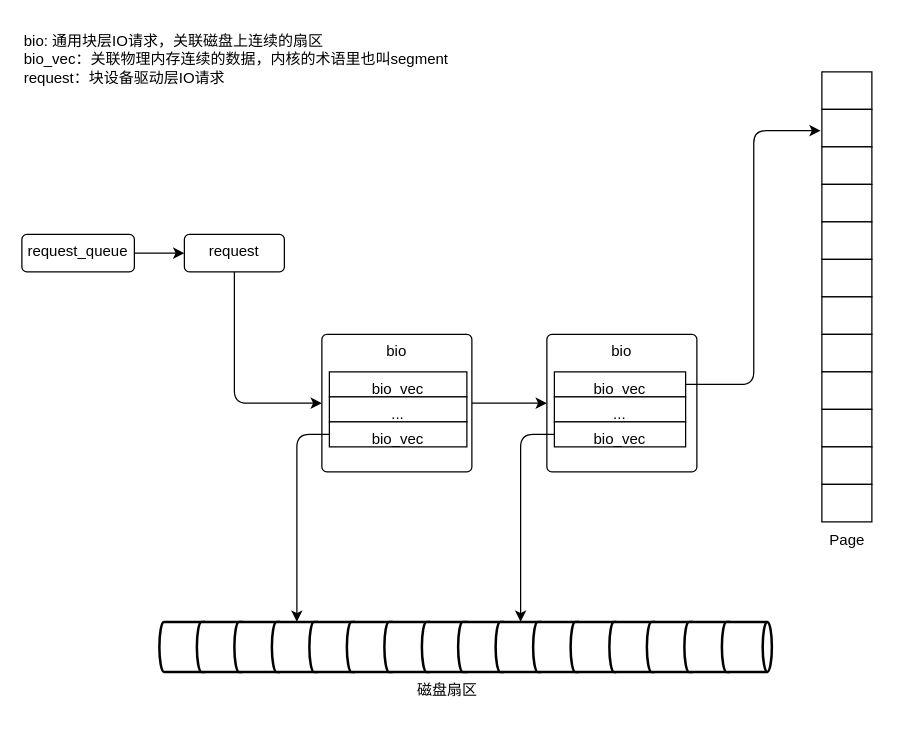
Above: page "块层IO请求" (1 of 9) of linux/linux_block.drawio in Aspiresky/draw.io (draw.io), before the change. Source tidied: cells renumbered, new cells numbered last; positions are measured from the earlier drawing's top-left corner, leaving out a move shared by most shapes. Both pictures are drawn from the tidied source at 125%, with x=0, y=0 at pixel (21, 21).
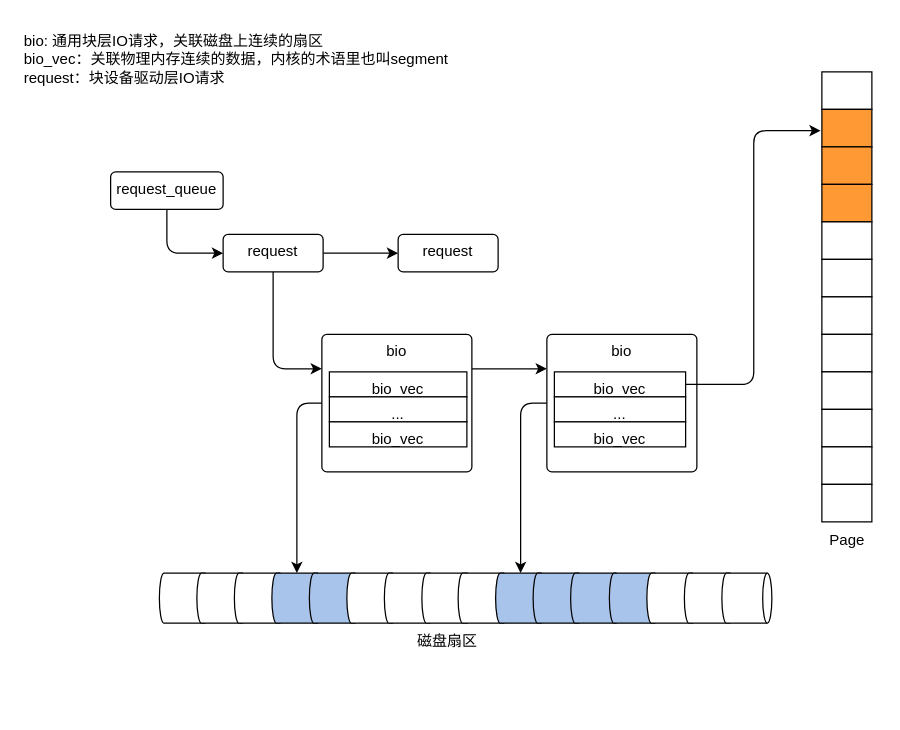
The same diagram, later.

The change refers to these unchanged cells:
```xml
<mxCell id="32" value="bio" style="rounded=1;whiteSpace=wrap;html=1;verticalAlign=top;absoluteArcSize=1;arcSize=8;" parent="1" vertex="1">
  <mxGeometry x="420" y="250" width="120" height="110" as="geometry" />
</mxCell>
<mxCell id="37" value="bio_vec" style="rounded=0;whiteSpace=wrap;html=1;verticalAlign=top;absoluteArcSize=1;arcSize=8;" parent="1" vertex="1">
  <mxGeometry x="426" y="320" width="105" height="20" as="geometry" />
</mxCell>
<mxCell id="41" value="bio" style="rounded=1;whiteSpace=wrap;html=1;verticalAlign=top;absoluteArcSize=1;arcSize=8;" parent="1" vertex="1">
  <mxGeometry x="240" y="250" width="120" height="110" as="geometry" />
</mxCell>
<mxCell id="44" value="bio_vec" style="rounded=0;whiteSpace=wrap;html=1;verticalAlign=top;absoluteArcSize=1;arcSize=8;" parent="1" vertex="1">
  <mxGeometry x="246" y="320" width="110" height="20" as="geometry" />
</mxCell>
```

Change to the diagram source:
```diff
@@
-    <mxCell id="3" style="verticalLabelPosition=bottom;verticalAlign=top;html=1;shape=mxgraph.basic.rect;fillColor2=none;strokeWidth=1;size=11;indent=5;" parent="1" vertex="1">
+    <mxCell id="3" style="verticalLabelPosition=bottom;verticalAlign=top;html=1;shape=mxgraph.basic.rect;fillColor2=none;strokeWidth=1;size=11;indent=5;fillColor=#FF9933;" parent="1" vertex="1">
       <mxGeometry x="640" y="70" width="40" height="30" as="geometry" />
     </mxCell>
-    <mxCell id="4" style="verticalLabelPosition=bottom;verticalAlign=top;html=1;shape=mxgraph.basic.rect;fillColor2=none;strokeWidth=1;size=11;indent=5;" parent="1" vertex="1">
+    <mxCell id="4" style="verticalLabelPosition=bottom;verticalAlign=top;html=1;shape=mxgraph.basic.rect;fillColor2=none;strokeWidth=1;size=11;indent=5;fillColor=#FF9933;" parent="1" vertex="1">
       <mxGeometry x="640" y="100" width="40" height="30" as="geometry" />
     </mxCell>
-    <mxCell id="5" style="verticalLabelPosition=bottom;verticalAlign=top;html=1;shape=mxgraph.basic.rect;fillColor2=none;strokeWidth=1;size=11;indent=5;" parent="1" vertex="1">
+    <mxCell id="5" style="verticalLabelPosition=bottom;verticalAlign=top;html=1;shape=mxgraph.basic.rect;fillColor2=none;strokeWidth=1;size=11;indent=5;fillColor=#FF9933;" parent="1" vertex="1">
       <mxGeometry x="640" y="130" width="40" height="30" as="geometry" />
     </mxCell>
@@
-    <mxCell id="7" style="strokeWidth=2;html=1;shape=mxgraph.flowchart.direct_data;whiteSpace=wrap;" parent="1" vertex="1">
-      <mxGeometry x="110" y="480" width="40" height="40" as="geometry" />
+    <mxCell id="7" style="strokeWidth=1;html=1;shape=mxgraph.flowchart.direct_data;whiteSpace=wrap;" parent="1" vertex="1">
+      <mxGeometry x="110" y="441" width="40" height="40" as="geometry" />
     </mxCell>
-    <mxCell id="8" style="strokeWidth=2;html=1;shape=mxgraph.flowchart.direct_data;whiteSpace=wrap;" parent="1" vertex="1">
-      <mxGeometry x="140" y="480" width="40" height="40" as="geometry" />
+    <mxCell id="8" style="strokeWidth=1;html=1;shape=mxgraph.flowchart.direct_data;whiteSpace=wrap;" parent="1" vertex="1">
+      <mxGeometry x="140" y="441" width="40" height="40" as="geometry" />
     </mxCell>
-    <mxCell id="9" style="strokeWidth=2;html=1;shape=mxgraph.flowchart.direct_data;whiteSpace=wrap;" parent="1" vertex="1">
-      <mxGeometry x="170" y="480" width="40" height="40" as="geometry" />
+    <mxCell id="9" style="strokeWidth=1;html=1;shape=mxgraph.flowchart.direct_data;whiteSpace=wrap;" parent="1" vertex="1">
+      <mxGeometry x="170" y="441" width="40" height="40" as="geometry" />
     </mxCell>
-    <mxCell id="10" style="strokeWidth=2;html=1;shape=mxgraph.flowchart.direct_data;whiteSpace=wrap;" parent="1" vertex="1">
-      <mxGeometry x="200" y="480" width="40" height="40" as="geometry" />
+    <mxCell id="10" style="strokeWidth=1;html=1;shape=mxgraph.flowchart.direct_data;whiteSpace=wrap;fillColor=#A9C4EB;" parent="1" vertex="1">
+      <mxGeometry x="200" y="441" width="40" height="40" as="geometry" />
     </mxCell>
-    <mxCell id="11" style="strokeWidth=2;html=1;shape=mxgraph.flowchart.direct_data;whiteSpace=wrap;" parent="1" vertex="1">
-      <mxGeometry x="230" y="480" width="40" height="40" as="geometry" />
+    <mxCell id="11" style="strokeWidth=1;html=1;shape=mxgraph.flowchart.direct_data;whiteSpace=wrap;fillColor=#A9C4EB;" parent="1" vertex="1">
+      <mxGeometry x="230" y="441" width="40" height="40" as="geometry" />
     </mxCell>
-    <mxCell id="12" style="strokeWidth=2;html=1;shape=mxgraph.flowchart.direct_data;whiteSpace=wrap;" parent="1" vertex="1">
-      <mxGeometry x="260" y="480" width="40" height="40" as="geometry" />
+    <mxCell id="12" style="strokeWidth=1;html=1;shape=mxgraph.flowchart.direct_data;whiteSpace=wrap;" parent="1" vertex="1">
+      <mxGeometry x="260" y="441" width="40" height="40" as="geometry" />
     </mxCell>
-    <mxCell id="13" style="strokeWidth=2;html=1;shape=mxgraph.flowchart.direct_data;whiteSpace=wrap;" parent="1" vertex="1">
-      <mxGeometry x="290" y="480" width="40" height="40" as="geometry" />
+    <mxCell id="13" style="strokeWidth=1;html=1;shape=mxgraph.flowchart.direct_data;whiteSpace=wrap;" parent="1" vertex="1">
+      <mxGeometry x="290" y="441" width="40" height="40" as="geometry" />
     </mxCell>
-    <mxCell id="14" style="strokeWidth=2;html=1;shape=mxgraph.flowchart.direct_data;whiteSpace=wrap;" parent="1" vertex="1">
-      <mxGeometry x="320" y="480" width="40" height="40" as="geometry" />
+    <mxCell id="14" style="strokeWidth=1;html=1;shape=mxgraph.flowchart.direct_data;whiteSpace=wrap;" parent="1" vertex="1">
+      <mxGeometry x="320" y="441" width="40" height="40" as="geometry" />
     </mxCell>
-    <mxCell id="15" style="strokeWidth=2;html=1;shape=mxgraph.flowchart.direct_data;whiteSpace=wrap;" parent="1" vertex="1">
-      <mxGeometry x="349" y="480" width="40" height="40" as="geometry" />
+    <mxCell id="15" style="strokeWidth=1;html=1;shape=mxgraph.flowchart.direct_data;whiteSpace=wrap;" parent="1" vertex="1">
+      <mxGeometry x="349" y="441" width="40" height="40" as="geometry" />
     </mxCell>
-    <mxCell id="16" style="strokeWidth=2;html=1;shape=mxgraph.flowchart.direct_data;whiteSpace=wrap;" parent="1" vertex="1">
-      <mxGeometry x="379" y="480" width="40" height="40" as="geometry" />
+    <mxCell id="16" style="strokeWidth=1;html=1;shape=mxgraph.flowchart.direct_data;whiteSpace=wrap;fillColor=#A9C4EB;" parent="1" vertex="1">
+      <mxGeometry x="379" y="441" width="40" height="40" as="geometry" />
     </mxCell>
-    <mxCell id="17" style="strokeWidth=2;html=1;shape=mxgraph.flowchart.direct_data;whiteSpace=wrap;" parent="1" vertex="1">
-      <mxGeometry x="409" y="480" width="40" height="40" as="geometry" />
+    <mxCell id="17" style="strokeWidth=1;html=1;shape=mxgraph.flowchart.direct_data;whiteSpace=wrap;fillColor=#A9C4EB;" parent="1" vertex="1">
+      <mxGeometry x="409" y="441" width="40" height="40" as="geometry" />
     </mxCell>
-    <mxCell id="18" style="strokeWidth=2;html=1;shape=mxgraph.flowchart.direct_data;whiteSpace=wrap;" parent="1" vertex="1">
-      <mxGeometry x="439" y="480" width="40" height="40" as="geometry" />
+    <mxCell id="18" style="strokeWidth=1;html=1;shape=mxgraph.flowchart.direct_data;whiteSpace=wrap;fillColor=#A9C4EB;" parent="1" vertex="1">
+      <mxGeometry x="439" y="441" width="40" height="40" as="geometry" />
     </mxCell>
-    <mxCell id="19" style="strokeWidth=2;html=1;shape=mxgraph.flowchart.direct_data;whiteSpace=wrap;" parent="1" vertex="1">
-      <mxGeometry x="470" y="480" width="40" height="40" as="geometry" />
+    <mxCell id="19" style="strokeWidth=1;html=1;shape=mxgraph.flowchart.direct_data;whiteSpace=wrap;fillColor=#A9C4EB;" parent="1" vertex="1">
+      <mxGeometry x="470" y="441" width="40" height="40" as="geometry" />
     </mxCell>
-    <mxCell id="20" style="strokeWidth=2;html=1;shape=mxgraph.flowchart.direct_data;whiteSpace=wrap;" parent="1" vertex="1">
-      <mxGeometry x="500" y="480" width="40" height="40" as="geometry" />
+    <mxCell id="20" style="strokeWidth=1;html=1;shape=mxgraph.flowchart.direct_data;whiteSpace=wrap;" parent="1" vertex="1">
+      <mxGeometry x="500" y="441" width="40" height="40" as="geometry" />
     </mxCell>
-    <mxCell id="21" style="strokeWidth=2;html=1;shape=mxgraph.flowchart.direct_data;whiteSpace=wrap;" parent="1" vertex="1">
-      <mxGeometry x="530" y="480" width="40" height="40" as="geometry" />
+    <mxCell id="21" style="strokeWidth=1;html=1;shape=mxgraph.flowchart.direct_data;whiteSpace=wrap;" parent="1" vertex="1">
+      <mxGeometry x="530" y="441" width="40" height="40" as="geometry" />
     </mxCell>
-    <mxCell id="22" style="strokeWidth=2;html=1;shape=mxgraph.flowchart.direct_data;whiteSpace=wrap;" parent="1" vertex="1">
-      <mxGeometry x="560" y="480" width="40" height="40" as="geometry" />
+    <mxCell id="22" style="strokeWidth=1;html=1;shape=mxgraph.flowchart.direct_data;whiteSpace=wrap;" parent="1" vertex="1">
+      <mxGeometry x="560" y="441" width="40" height="40" as="geometry" />
     </mxCell>
     <mxCell id="23" value="磁盘扇区" style="text;html=1;align=center;verticalAlign=middle;strokeColor=none;fillColor=none;" parent="1" vertex="1">
-      <mxGeometry x="305" y="520" width="70" height="30" as="geometry" />
+      <mxGeometry x="305" y="481" width="70" height="30" as="geometry" />
     </mxCell>
@@
-    <mxCell id="35" style="edgeStyle=orthogonalEdgeStyle;rounded=1;jettySize=auto;html=1;exitX=0.5;exitY=1;exitDx=0;exitDy=0;entryX=0;entryY=0.5;entryDx=0;entryDy=0;curved=0;" parent="1" edge="1" source="36" target="41">
+    <mxCell id="35" style="edgeStyle=orthogonalEdgeStyle;rounded=1;jettySize=auto;html=1;exitX=0.5;exitY=1;exitDx=0;exitDy=0;entryX=0;entryY=0.25;entryDx=0;entryDy=0;curved=0;" parent="1" edge="1" source="36" target="41">
       <mxGeometry relative="1" as="geometry" />
     </mxCell>
+    <mxCell id="49" style="edgeStyle=orthogonalEdgeStyle;rounded=0;jettySize=auto;html=1;entryX=0;entryY=0.5;entryDx=0;entryDy=0;" parent="1" edge="1" source="36" target="50">
+      <mxGeometry relative="1" as="geometry" />
+    </mxCell>
     <mxCell id="36" value="request" style="rounded=1;whiteSpace=wrap;html=1;verticalAlign=top;absoluteArcSize=1;arcSize=8;" parent="1" vertex="1">
-      <mxGeometry x="130" y="170" width="80" height="30" as="geometry" />
+      <mxGeometry x="161" y="170" width="80" height="30" as="geometry" />
     </mxCell>
@@
-    <mxCell id="38" style="edgeStyle=orthogonalEdgeStyle;rounded=1;jettySize=auto;html=1;exitX=0;exitY=0.5;exitDx=0;exitDy=0;entryX=0.5;entryY=0;entryDx=0;entryDy=0;entryPerimeter=0;curved=0;" parent="1" edge="1" source="37" target="16">
+    <mxCell id="38" style="edgeStyle=orthogonalEdgeStyle;rounded=1;jettySize=auto;html=1;exitX=0;exitY=0.5;exitDx=0;exitDy=0;entryX=0.5;entryY=0;entryDx=0;entryDy=0;entryPerimeter=0;curved=0;" parent="1" edge="1" source="32" target="16">
       <mxGeometry relative="1" as="geometry" />
     </mxCell>
@@
-    <mxCell id="40" style="edgeStyle=orthogonalEdgeStyle;rounded=1;jettySize=auto;html=1;exitX=1;exitY=0.5;exitDx=0;exitDy=0;entryX=0;entryY=0.5;entryDx=0;entryDy=0;curved=0;" parent="1" edge="1" source="41" target="32">
+    <mxCell id="40" style="edgeStyle=orthogonalEdgeStyle;rounded=1;jettySize=auto;html=1;exitX=1;exitY=0.25;exitDx=0;exitDy=0;entryX=0;entryY=0.25;entryDx=0;entryDy=0;curved=0;" parent="1" edge="1" source="41" target="32">
       <mxGeometry relative="1" as="geometry" />
     </mxCell>
@@
     <mxCell id="46" value="request_queue" style="rounded=1;whiteSpace=wrap;html=1;verticalAlign=top;absoluteArcSize=1;arcSize=8;" parent="1" vertex="1">
-      <mxGeometry y="170" width="90" height="30" as="geometry" />
+      <mxGeometry x="71" y="120" width="90" height="30" as="geometry" />
     </mxCell>
-    <mxCell id="47" style="edgeStyle=orthogonalEdgeStyle;rounded=1;jettySize=auto;html=1;entryX=0.5;entryY=0;entryDx=0;entryDy=0;entryPerimeter=0;exitX=0;exitY=0.5;exitDx=0;exitDy=0;curved=0;" parent="1" edge="1" source="44" target="10">
+    <mxCell id="47" style="edgeStyle=orthogonalEdgeStyle;rounded=1;jettySize=auto;html=1;entryX=0.5;entryY=0;entryDx=0;entryDy=0;entryPerimeter=0;exitX=0;exitY=0.5;exitDx=0;exitDy=0;curved=0;" parent="1" edge="1" source="41" target="10">
       <mxGeometry relative="1" as="geometry" />
     </mxCell>
@@
+    <mxCell id="50" value="request" style="rounded=1;whiteSpace=wrap;html=1;verticalAlign=top;absoluteArcSize=1;arcSize=8;" parent="1" vertex="1">
+      <mxGeometry x="301" y="170" width="80" height="30" as="geometry" />
+    </mxCell>
```
